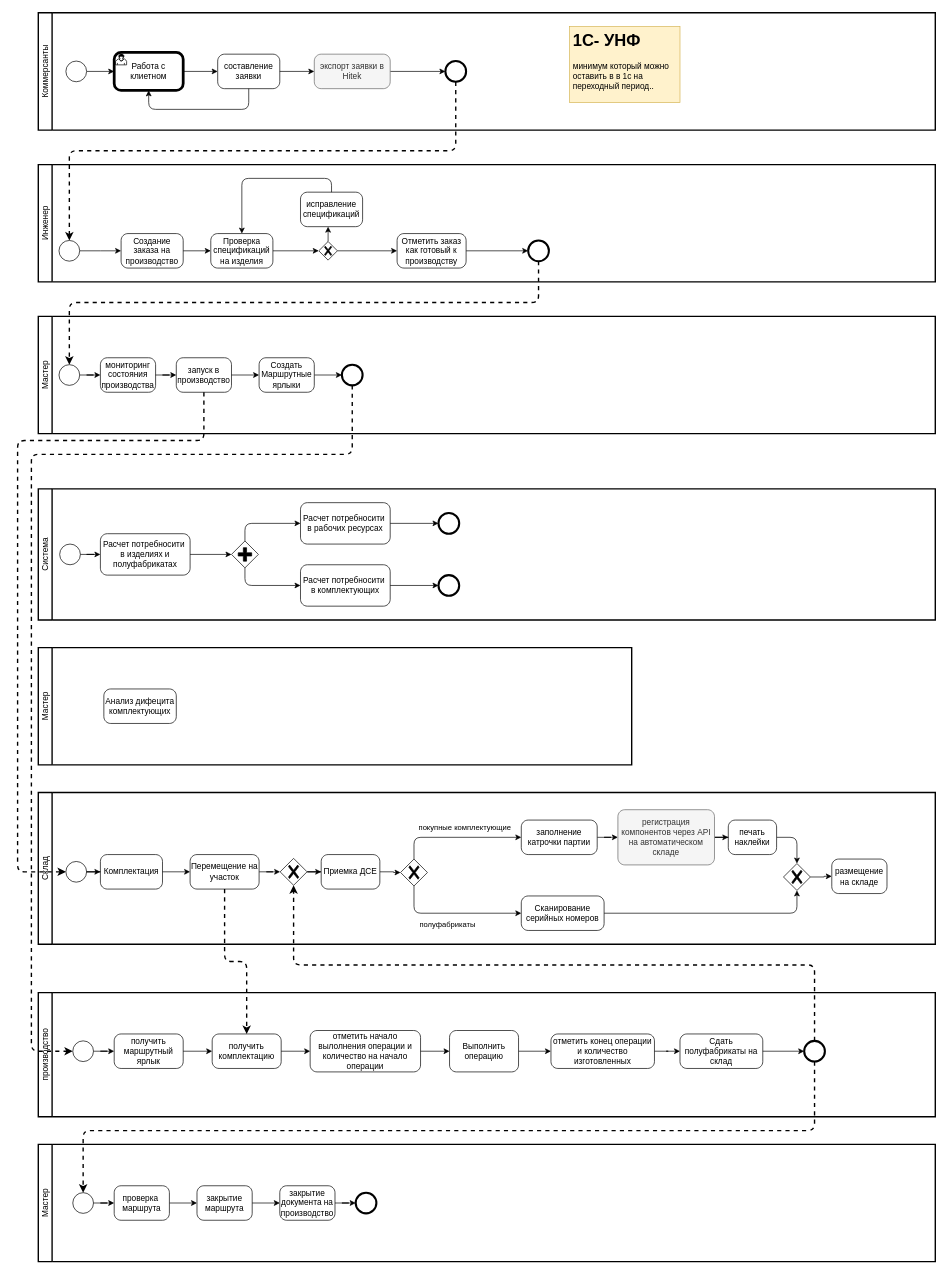
This is HiTek_start.drawio from sashok74/diagrams, a draw.io file, before an edit. Source tidied: cells renumbered, new cells numbered last; positions are measured from the earlier drawing's top-left corner, leaving out a move shared by most shapes. Both pictures are drawn from the tidied source at 69%, with x=0, y=0 at pixel (17, 12).
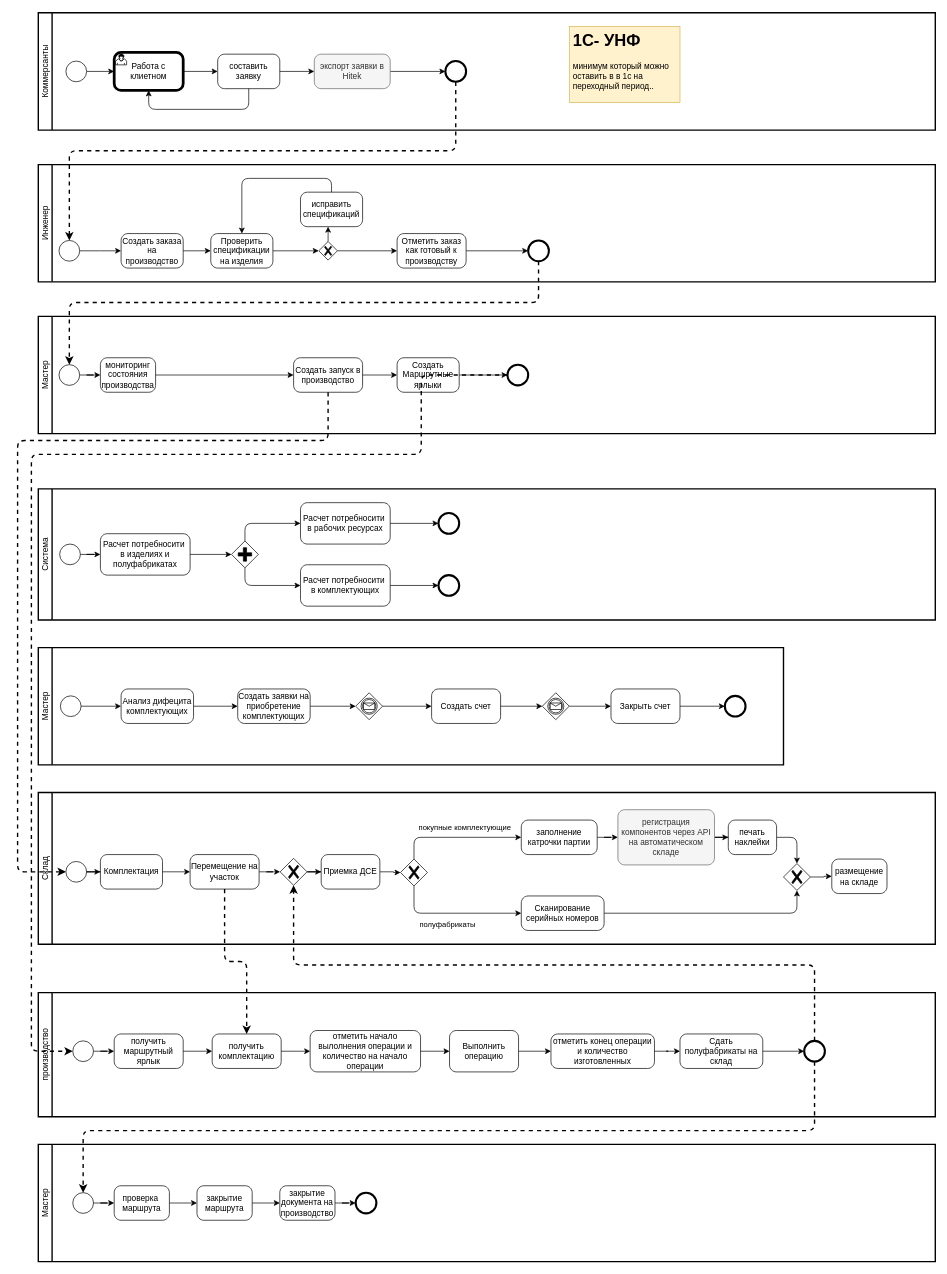
The same diagram, later.

The change refers to these unchanged cells:
```xml
<mxCell id="2" value="&lt;div&gt;Коммерсанты&lt;/div&gt;" style="swimlane;html=1;startSize=20;fontStyle=0;horizontal=0;swimlaneLine=1;swimlaneFillColor=#ffffff;strokeWidth=2;whiteSpace=wrap;" parent="1" vertex="1">
  <mxGeometry x="30" width="1300" height="170" as="geometry" />
</mxCell>
<mxCell id="14" value="&lt;div&gt;Инженер&lt;/div&gt;" style="swimlane;html=1;startSize=20;fontStyle=0;horizontal=0;swimlaneLine=1;swimlaneFillColor=#ffffff;strokeWidth=2;whiteSpace=wrap;" parent="1" vertex="1">
  <mxGeometry x="30" y="220" width="1300" height="170" as="geometry" />
</mxCell>
<mxCell id="30" value="Мастер" style="swimlane;html=1;startSize=20;fontStyle=0;horizontal=0;swimlaneLine=1;swimlaneFillColor=#ffffff;strokeWidth=2;whiteSpace=wrap;" parent="1" vertex="1">
  <mxGeometry x="30" y="440" width="1300" height="170" as="geometry" />
</mxCell>
<mxCell id="42" style="points=[[0.145,0.145,0],[0.5,0,0],[0.855,0.145,0],[1,0.5,0],[0.855,0.855,0],[0.5,1,0],[0.145,0.855,0],[0,0.5,0]];shape=mxgraph.bpmn.event;html=1;verticalLabelPosition=bottom;labelBackgroundColor=#ffffff;verticalAlign=top;align=center;perimeter=ellipsePerimeter;outlineConnect=0;outline=standard;symbol=general;" parent="39" vertex="1">
  <mxGeometry x="40" y="100" width="30" height="30" as="geometry" />
</mxCell>
<mxCell id="71" style="points=[[0.145,0.145,0],[0.5,0,0],[0.855,0.145,0],[1,0.5,0],[0.855,0.855,0],[0.5,1,0],[0.145,0.855,0],[0,0.5,0]];shape=mxgraph.bpmn.event;html=1;verticalLabelPosition=bottom;labelBackgroundColor=#ffffff;verticalAlign=top;align=center;perimeter=ellipsePerimeter;outlineConnect=0;outline=standard;symbol=general;" parent="57" vertex="1">
  <mxGeometry x="50" y="70" width="30" height="30" as="geometry" />
</mxCell>
```

Diff of the diagram source:
```diff
@@
-    <mxCell id="4" value="составление заявки" style="points=[[0.25,0,0],[0.5,0,0],[0.75,0,0],[1,0.25,0],[1,0.5,0],[1,0.75,0],[0.75,1,0],[0.5,1,0],[0.25,1,0],[0,0.75,0],[0,0.5,0],[0,0.25,0]];shape=mxgraph.bpmn.task;whiteSpace=wrap;rectStyle=rounded;size=10;html=1;taskMarker=abstract;" parent="2" vertex="1">
+    <mxCell id="4" value="составить заявку" style="points=[[0.25,0,0],[0.5,0,0],[0.75,0,0],[1,0.25,0],[1,0.5,0],[1,0.75,0],[0.75,1,0],[0.5,1,0],[0.25,1,0],[0,0.75,0],[0,0.5,0],[0,0.25,0]];shape=mxgraph.bpmn.task;whiteSpace=wrap;rectStyle=rounded;size=10;html=1;taskMarker=abstract;" parent="2" vertex="1">
       <mxGeometry x="260" y="60" width="90" height="50" as="geometry" />
     </mxCell>
@@
-    <mxCell id="15" value="Создание заказа на производство" style="points=[[0.25,0,0],[0.5,0,0],[0.75,0,0],[1,0.25,0],[1,0.5,0],[1,0.75,0],[0.75,1,0],[0.5,1,0],[0.25,1,0],[0,0.75,0],[0,0.5,0],[0,0.25,0]];shape=mxgraph.bpmn.task;whiteSpace=wrap;rectStyle=rounded;size=10;html=1;taskMarker=abstract;" parent="14" vertex="1">
+    <mxCell id="15" value="Создать заказа на производство" style="points=[[0.25,0,0],[0.5,0,0],[0.75,0,0],[1,0.25,0],[1,0.5,0],[1,0.75,0],[0.75,1,0],[0.5,1,0],[0.25,1,0],[0,0.75,0],[0,0.5,0],[0,0.25,0]];shape=mxgraph.bpmn.task;whiteSpace=wrap;rectStyle=rounded;size=10;html=1;taskMarker=abstract;" parent="14" vertex="1">
       <mxGeometry x="120" y="100" width="90" height="50" as="geometry" />
     </mxCell>
-    <mxCell id="16" value="исправление спецификаций" style="points=[[0.25,0,0],[0.5,0,0],[0.75,0,0],[1,0.25,0],[1,0.5,0],[1,0.75,0],[0.75,1,0],[0.5,1,0],[0.25,1,0],[0,0.75,0],[0,0.5,0],[0,0.25,0]];shape=mxgraph.bpmn.task;whiteSpace=wrap;rectStyle=rounded;size=10;html=1;taskMarker=abstract;" parent="14" vertex="1">
+    <mxCell id="16" value="исправить спецификаций" style="points=[[0.25,0,0],[0.5,0,0],[0.75,0,0],[1,0.25,0],[1,0.5,0],[1,0.75,0],[0.75,1,0],[0.5,1,0],[0.25,1,0],[0,0.75,0],[0,0.5,0],[0,0.25,0]];shape=mxgraph.bpmn.task;whiteSpace=wrap;rectStyle=rounded;size=10;html=1;taskMarker=abstract;" parent="14" vertex="1">
       <mxGeometry x="380" y="40" width="90" height="50" as="geometry" />
     </mxCell>
@@
-    <mxCell id="24" value="Проверка спецификаций на изделия" style="points=[[0.25,0,0],[0.5,0,0],[0.75,0,0],[1,0.25,0],[1,0.5,0],[1,0.75,0],[0.75,1,0],[0.5,1,0],[0.25,1,0],[0,0.75,0],[0,0.5,0],[0,0.25,0]];shape=mxgraph.bpmn.task;whiteSpace=wrap;rectStyle=rounded;size=10;html=1;taskMarker=abstract;" parent="1" vertex="1">
+    <mxCell id="24" value="Проверить спецификации на изделия" style="points=[[0.25,0,0],[0.5,0,0],[0.75,0,0],[1,0.25,0],[1,0.5,0],[1,0.75,0],[0.75,1,0],[0.5,1,0],[0.25,1,0],[0,0.75,0],[0,0.5,0],[0,0.25,0]];shape=mxgraph.bpmn.task;whiteSpace=wrap;rectStyle=rounded;size=10;html=1;taskMarker=abstract;" parent="1" vertex="1">
       <mxGeometry x="280" y="320" width="90" height="50" as="geometry" />
     </mxCell>
@@
     <mxCell id="32" style="points=[[0.145,0.145,0],[0.5,0,0],[0.855,0.145,0],[1,0.5,0],[0.855,0.855,0],[0.5,1,0],[0.145,0.855,0],[0,0.5,0]];shape=mxgraph.bpmn.event;html=1;verticalLabelPosition=bottom;labelBackgroundColor=#ffffff;verticalAlign=top;align=center;perimeter=ellipsePerimeter;outlineConnect=0;outline=end;symbol=terminate2;" parent="30" vertex="1">
-      <mxGeometry x="440" y="70" width="30" height="30" as="geometry" />
+      <mxGeometry x="680" y="70" width="30" height="30" as="geometry" />
     </mxCell>
-    <mxCell id="33" value="запуск в производство" style="points=[[0.25,0,0],[0.5,0,0],[0.75,0,0],[1,0.25,0],[1,0.5,0],[1,0.75,0],[0.75,1,0],[0.5,1,0],[0.25,1,0],[0,0.75,0],[0,0.5,0],[0,0.25,0]];shape=mxgraph.bpmn.task;whiteSpace=wrap;rectStyle=rounded;size=10;html=1;taskMarker=abstract;" parent="30" vertex="1">
-      <mxGeometry x="200" y="60" width="80" height="50" as="geometry" />
+    <mxCell id="33" value="Создать запуск в производство" style="points=[[0.25,0,0],[0.5,0,0],[0.75,0,0],[1,0.25,0],[1,0.5,0],[1,0.75,0],[0.75,1,0],[0.5,1,0],[0.25,1,0],[0,0.75,0],[0,0.5,0],[0,0.25,0]];shape=mxgraph.bpmn.task;whiteSpace=wrap;rectStyle=rounded;size=10;html=1;taskMarker=abstract;" parent="30" vertex="1">
+      <mxGeometry x="370" y="60" width="100" height="50" as="geometry" />
     </mxCell>
@@
     <mxCell id="50" value="Создать Маршрутные ярлыки" style="points=[[0.25,0,0],[0.5,0,0],[0.75,0,0],[1,0.25,0],[1,0.5,0],[1,0.75,0],[0.75,1,0],[0.5,1,0],[0.25,1,0],[0,0.75,0],[0,0.5,0],[0,0.25,0]];shape=mxgraph.bpmn.task;whiteSpace=wrap;rectStyle=rounded;size=10;html=1;taskMarker=abstract;" parent="1" vertex="1">
-      <mxGeometry x="350" y="500" width="80" height="50" as="geometry" />
+      <mxGeometry x="550" y="500" width="90" height="50" as="geometry" />
     </mxCell>
@@
     <mxCell id="56" style="edgeStyle=orthogonalEdgeStyle;rounded=1;jettySize=auto;html=1;dashed=1;strokeWidth=2;exitX=0.5;exitY=1;exitDx=0;exitDy=0;exitPerimeter=0;" parent="1" edge="1" source="33" target="42">
       <mxGeometry relative="1" as="geometry">
         <Array as="points">
-          <mxPoint x="270" y="620" />
+          <mxPoint x="450" y="620" />
           <mxPoint y="620" />
           <mxPoint y="1245" />
         </Array>
       </mxGeometry>
     </mxCell>
@@
     <mxCell id="80" style="edgeStyle=orthogonalEdgeStyle;rounded=1;jettySize=auto;html=1;entryX=0;entryY=0.5;entryDx=0;entryDy=0;entryPerimeter=0;dashed=1;strokeWidth=2;" parent="1" edge="1" source="32" target="71">
       <mxGeometry relative="1" as="geometry">
         <Array as="points">
-          <mxPoint x="485" y="640" />
+          <mxPoint x="585" y="640" />
           <mxPoint x="20" y="640" />
           <mxPoint x="20" y="1505" />
         </Array>
       </mxGeometry>
     </mxCell>
@@
     <mxCell id="113" value="Мастер" style="swimlane;html=1;startSize=20;fontStyle=0;horizontal=0;swimlaneLine=1;swimlaneFillColor=#ffffff;strokeWidth=2;whiteSpace=wrap;" parent="1" vertex="1">
-      <mxGeometry x="30" y="920" width="860" height="170" as="geometry" />
+      <mxGeometry x="30" y="920" width="1080" height="170" as="geometry" />
     </mxCell>
+    <mxCell id="115" style="edgeStyle=orthogonalEdgeStyle;rounded=0;jettySize=auto;html=1;entryX=0;entryY=0.5;entryDx=0;entryDy=0;entryPerimeter=0;" parent="113" edge="1" source="114" target="117">
+      <mxGeometry relative="1" as="geometry" />
+    </mxCell>
     <mxCell id="114" value="Анализ дифецита комплектующих" style="points=[[0.25,0,0],[0.5,0,0],[0.75,0,0],[1,0.25,0],[1,0.5,0],[1,0.75,0],[0.75,1,0],[0.5,1,0],[0.25,1,0],[0,0.75,0],[0,0.5,0],[0,0.25,0]];shape=mxgraph.bpmn.task;whiteSpace=wrap;rectStyle=rounded;size=10;html=1;taskMarker=abstract;" parent="113" vertex="1">
-      <mxGeometry x="95" y="60" width="105" height="50" as="geometry" />
+      <mxGeometry x="120" y="60" width="105" height="50" as="geometry" />
     </mxCell>
+    <mxCell id="116" style="edgeStyle=orthogonalEdgeStyle;rounded=0;jettySize=auto;html=1;entryX=0;entryY=0.5;entryDx=0;entryDy=0;entryPerimeter=0;" parent="113" edge="1" source="117" target="120">
+      <mxGeometry relative="1" as="geometry" />
+    </mxCell>
+    <mxCell id="117" value="Создать заявки на приобретение комплектующих" style="points=[[0.25,0,0],[0.5,0,0],[0.75,0,0],[1,0.25,0],[1,0.5,0],[1,0.75,0],[0.75,1,0],[0.5,1,0],[0.25,1,0],[0,0.75,0],[0,0.5,0],[0,0.25,0]];shape=mxgraph.bpmn.task;whiteSpace=wrap;rectStyle=rounded;size=10;html=1;taskMarker=abstract;" parent="113" vertex="1">
+      <mxGeometry x="289" y="60" width="105" height="50" as="geometry" />
+    </mxCell>
+    <mxCell id="118" style="points=[[0.145,0.145,0],[0.5,0,0],[0.855,0.145,0],[1,0.5,0],[0.855,0.855,0],[0.5,1,0],[0.145,0.855,0],[0,0.5,0]];shape=mxgraph.bpmn.event;html=1;verticalLabelPosition=bottom;labelBackgroundColor=#ffffff;verticalAlign=top;align=center;perimeter=ellipsePerimeter;outlineConnect=0;outline=standard;symbol=general;" parent="113" vertex="1">
+      <mxGeometry x="32" y="70" width="30" height="30" as="geometry" />
+    </mxCell>
+    <mxCell id="119" style="edgeStyle=orthogonalEdgeStyle;rounded=0;jettySize=auto;html=1;entryX=0;entryY=0.5;entryDx=0;entryDy=0;entryPerimeter=0;" parent="113" edge="1" source="118" target="114">
+      <mxGeometry relative="1" as="geometry" />
+    </mxCell>
+    <mxCell id="120" style="points=[[0.25,0.25,0],[0.5,0,0],[0.75,0.25,0],[1,0.5,0],[0.75,0.75,0],[0.5,1,0],[0.25,0.75,0],[0,0.5,0]];shape=mxgraph.bpmn.gateway2;html=1;verticalLabelPosition=bottom;labelBackgroundColor=#ffffff;verticalAlign=top;align=center;perimeter=rhombusPerimeter;outlineConnect=0;outline=catching;symbol=message;" parent="113" vertex="1">
+      <mxGeometry x="460" y="65.5" width="39" height="39" as="geometry" />
+    </mxCell>
+    <mxCell id="121" value="Создать счет" style="points=[[0.25,0,0],[0.5,0,0],[0.75,0,0],[1,0.25,0],[1,0.5,0],[1,0.75,0],[0.75,1,0],[0.5,1,0],[0.25,1,0],[0,0.75,0],[0,0.5,0],[0,0.25,0]];shape=mxgraph.bpmn.task;whiteSpace=wrap;rectStyle=rounded;size=10;html=1;taskMarker=abstract;" parent="113" vertex="1">
+      <mxGeometry x="570" y="60" width="100" height="50" as="geometry" />
+    </mxCell>
+    <mxCell id="122" style="edgeStyle=orthogonalEdgeStyle;rounded=0;jettySize=auto;html=1;" parent="113" edge="1" source="120" target="121">
+      <mxGeometry relative="1" as="geometry" />
+    </mxCell>
+    <mxCell id="123" value="Закрыть счет" style="points=[[0.25,0,0],[0.5,0,0],[0.75,0,0],[1,0.25,0],[1,0.5,0],[1,0.75,0],[0.75,1,0],[0.5,1,0],[0.25,1,0],[0,0.75,0],[0,0.5,0],[0,0.25,0]];shape=mxgraph.bpmn.task;whiteSpace=wrap;rectStyle=rounded;size=10;html=1;taskMarker=abstract;" parent="113" vertex="1">
+      <mxGeometry x="830" y="60" width="100" height="50" as="geometry" />
+    </mxCell>
+    <mxCell id="124" style="edgeStyle=orthogonalEdgeStyle;rounded=0;jettySize=auto;html=1;" parent="1" edge="1" source="125" target="123">
+      <mxGeometry relative="1" as="geometry" />
+    </mxCell>
+    <mxCell id="125" style="points=[[0.25,0.25,0],[0.5,0,0],[0.75,0.25,0],[1,0.5,0],[0.75,0.75,0],[0.5,1,0],[0.25,0.75,0],[0,0.5,0]];shape=mxgraph.bpmn.gateway2;html=1;verticalLabelPosition=bottom;labelBackgroundColor=#ffffff;verticalAlign=top;align=center;perimeter=rhombusPerimeter;outlineConnect=0;outline=catching;symbol=message;" parent="1" vertex="1">
+      <mxGeometry x="760.5" y="985.5" width="39" height="39" as="geometry" />
+    </mxCell>
+    <mxCell id="126" style="edgeStyle=orthogonalEdgeStyle;rounded=0;jettySize=auto;html=1;" parent="1" edge="1" source="121" target="125">
+      <mxGeometry relative="1" as="geometry" />
+    </mxCell>
+    <mxCell id="127" style="points=[[0.145,0.145,0],[0.5,0,0],[0.855,0.145,0],[1,0.5,0],[0.855,0.855,0],[0.5,1,0],[0.145,0.855,0],[0,0.5,0]];shape=mxgraph.bpmn.event;html=1;verticalLabelPosition=bottom;labelBackgroundColor=#ffffff;verticalAlign=top;align=center;perimeter=ellipsePerimeter;outlineConnect=0;outline=end;symbol=terminate2;" parent="1" vertex="1">
+      <mxGeometry x="1025" y="990" width="30" height="30" as="geometry" />
+    </mxCell>
+    <mxCell id="128" style="edgeStyle=orthogonalEdgeStyle;rounded=0;jettySize=auto;html=1;" parent="1" edge="1" source="123" target="127">
+      <mxGeometry relative="1" as="geometry" />
+    </mxCell>
```
